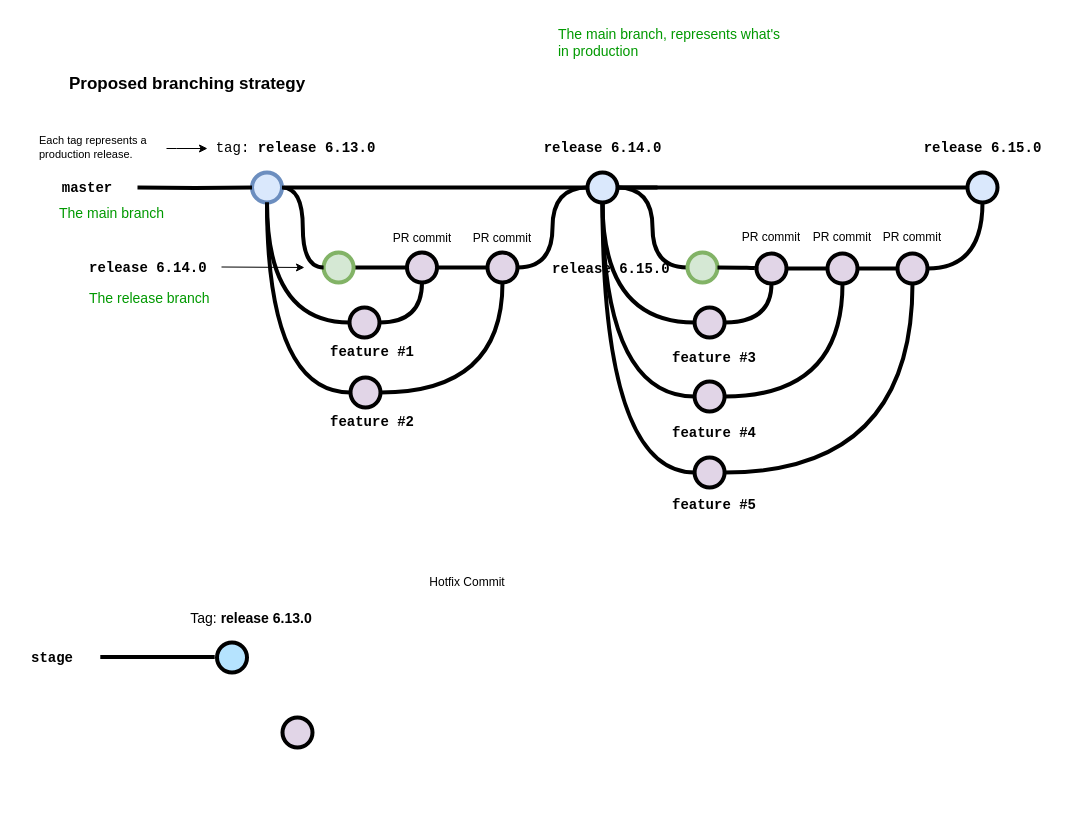
Above: Brancing Diagram.drawio in nashokin/Branching (draw.io), before the change. Source tidied: cells renumbered, new cells numbered last; positions are measured from the earlier drawing's top-left corner, leaving out a move shared by most shapes. Both pictures are drawn from the tidied source at 100%, with x=0, y=0 at pixel (22, 17).
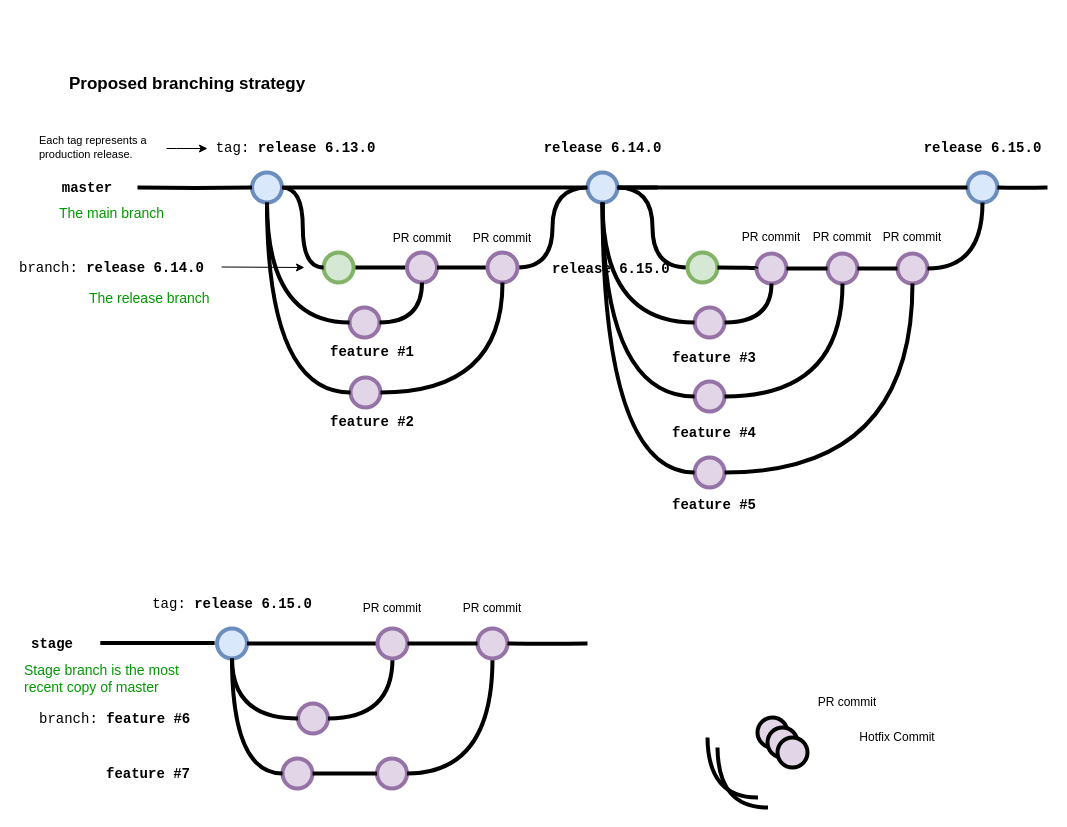
Above is the later version.

Diff of the diagram source:
```diff
@@
-    <mxCell id="7" style="verticalLabelPosition=bottom;verticalAlign=top;html=1;strokeWidth=4;shape=mxgraph.flowchart.on-page_reference;plain-blue;gradientColor=none;strokeColor=#000000;" parent="1" vertex="1">
+    <mxCell id="7" style="verticalLabelPosition=bottom;verticalAlign=top;html=1;strokeWidth=4;shape=mxgraph.flowchart.on-page_reference;strokeColor=#6c8ebf;fillColor=#dae8fc;" parent="1" vertex="1">
       <mxGeometry x="565" y="155" width="30" height="30" as="geometry" />
     </mxCell>
@@
-    <mxCell id="9" style="verticalLabelPosition=bottom;verticalAlign=top;html=1;strokeWidth=4;shape=mxgraph.flowchart.on-page_reference;plain-blue;gradientColor=none;strokeColor=#000000;" parent="1" vertex="1">
+    <mxCell id="9" style="verticalLabelPosition=bottom;verticalAlign=top;html=1;strokeWidth=4;shape=mxgraph.flowchart.on-page_reference;strokeColor=#6c8ebf;fillColor=#dae8fc;" parent="1" vertex="1">
       <mxGeometry x="945" y="155" width="30" height="30" as="geometry" />
     </mxCell>
@@
-    <mxCell id="12" style="verticalLabelPosition=bottom;verticalAlign=top;html=1;strokeWidth=4;shape=mxgraph.flowchart.on-page_reference;plain-purple;gradientColor=none;strokeColor=#000000;" parent="1" vertex="1">
+    <mxCell id="12" style="verticalLabelPosition=bottom;verticalAlign=top;html=1;strokeWidth=4;shape=mxgraph.flowchart.on-page_reference;strokeColor=#9673a6;fillColor=#e1d5e7;" parent="1" vertex="1">
       <mxGeometry x="384.5" y="235" width="30" height="30" as="geometry" />
     </mxCell>
@@
-    <mxCell id="15" style="verticalLabelPosition=bottom;verticalAlign=top;html=1;strokeWidth=4;shape=mxgraph.flowchart.on-page_reference;plain-purple;gradientColor=none;strokeColor=#000000;" parent="1" vertex="1">
+    <mxCell id="15" style="verticalLabelPosition=bottom;verticalAlign=top;html=1;strokeWidth=4;shape=mxgraph.flowchart.on-page_reference;strokeColor=#9673a6;fillColor=#e1d5e7;" parent="1" vertex="1">
       <mxGeometry x="465" y="235" width="30" height="30" as="geometry" />
     </mxCell>
-    <mxCell id="16" value="release 6.14.0" style="text;html=1;strokeColor=none;fillColor=none;align=left;verticalAlign=middle;whiteSpace=wrap;overflow=hidden;fontSize=14;fontStyle=1;fontFamily=Courier New;" parent="1" vertex="1">
-      <mxGeometry x="65" y="240" width="124.5" height="20" as="geometry" />
+    <mxCell id="16" value="&lt;span style=&quot;font-weight: normal;&quot;&gt;branch:&amp;nbsp;&lt;/span&gt;release 6.14.0" style="text;html=1;strokeColor=none;fillColor=none;align=left;verticalAlign=middle;whiteSpace=wrap;overflow=hidden;fontSize=14;fontStyle=1;fontFamily=Courier New;" parent="1" vertex="1">
+      <mxGeometry x="-5" y="240" width="194.5" height="20" as="geometry" />
     </mxCell>
-    <mxCell id="17" value="The main branch, represents what's in production" style="text;html=1;strokeColor=none;fillColor=none;align=left;verticalAlign=middle;whiteSpace=wrap;overflow=hidden;fontSize=14;fontStyle=0;fontColor=#009900;" parent="1" vertex="1">
-      <mxGeometry x="534" width="230" height="50" as="geometry" />
-    </mxCell>
@@
     <mxCell id="21" value="Hotfix Commit" style="text;html=1;strokeColor=none;fillColor=none;align=center;verticalAlign=middle;whiteSpace=wrap;overflow=hidden;" parent="1" vertex="1">
-      <mxGeometry x="405" y="550" width="80" height="30" as="geometry" />
+      <mxGeometry x="835" y="705" width="80" height="30" as="geometry" />
     </mxCell>
@@
-    <mxCell id="24" style="verticalLabelPosition=bottom;verticalAlign=top;html=1;strokeWidth=4;shape=mxgraph.flowchart.on-page_reference;plain-purple;gradientColor=none;strokeColor=#000000;" parent="1" vertex="1">
-      <mxGeometry x="260" y="700" width="30" height="30" as="geometry" />
+    <mxCell id="24" style="verticalLabelPosition=bottom;verticalAlign=top;html=1;strokeWidth=4;shape=mxgraph.flowchart.on-page_reference;strokeColor=#9673a6;fillColor=#e1d5e7;" parent="1" vertex="1">
+      <mxGeometry x="275.5" y="686" width="30" height="30" as="geometry" />
     </mxCell>
@@
     <mxCell id="28" value="stage" style="text;html=1;strokeColor=none;fillColor=none;align=center;verticalAlign=middle;whiteSpace=wrap;overflow=hidden;fontSize=14;fontStyle=1;fontFamily=Courier New;" parent="1" vertex="1">
-      <mxGeometry y="630" width="60" height="20" as="geometry" />
+      <mxGeometry y="616" width="60" height="20" as="geometry" />
     </mxCell>
@@
     <mxCell id="32" style="edgeStyle=orthogonalEdgeStyle;rounded=0;html=1;jettySize=auto;orthogonalLoop=1;strokeWidth=4;endArrow=none;endFill=0;" parent="1" edge="1">
-      <mxGeometry x="167.2" y="649.5" as="geometry">
-        <mxPoint x="77.8" y="639.5" as="sourcePoint" />
-        <mxPoint x="192.2" y="639.5" as="targetPoint" />
+      <mxGeometry x="167.2" y="635.5" as="geometry">
+        <mxPoint x="77.8" y="625.5" as="sourcePoint" />
+        <mxPoint x="192.2" y="625.5" as="targetPoint" />
       </mxGeometry>
     </mxCell>
-    <mxCell id="33" style="verticalLabelPosition=bottom;verticalAlign=top;html=1;strokeWidth=4;shape=mxgraph.flowchart.on-page_reference;plain-blue;gradientColor=none;fillColor=#B5E3Fe;strokeColor=#000000;" parent="1" vertex="1">
-      <mxGeometry x="194.5" y="625" width="30" height="30" as="geometry" />
+    <mxCell id="33" style="verticalLabelPosition=bottom;verticalAlign=top;html=1;strokeWidth=4;shape=mxgraph.flowchart.on-page_reference;fillColor=#dae8fc;strokeColor=#6c8ebf;" parent="1" vertex="1">
+      <mxGeometry x="194.5" y="611" width="30" height="30" as="geometry" />
     </mxCell>
-    <mxCell id="34" value="Tag: &lt;b&gt;release 6.13.0&lt;/b&gt;" style="text;html=1;strokeColor=none;fillColor=none;align=center;verticalAlign=middle;whiteSpace=wrap;overflow=hidden;fontSize=14;" parent="1" vertex="1">
-      <mxGeometry x="163.4" y="590" width="131.6" height="20" as="geometry" />
+    <mxCell id="34" value="tag: &lt;b&gt;release 6.15.0&lt;/b&gt;" style="text;html=1;strokeColor=none;fillColor=none;align=center;verticalAlign=middle;whiteSpace=wrap;overflow=hidden;fontSize=14;fontFamily=Courier New;" parent="1" vertex="1">
+      <mxGeometry x="123.7" y="576" width="171.6" height="20" as="geometry" />
     </mxCell>
-    <mxCell id="35" style="verticalLabelPosition=bottom;verticalAlign=top;html=1;strokeWidth=4;shape=mxgraph.flowchart.on-page_reference;plain-purple;gradientColor=none;strokeColor=#000000;" parent="1" vertex="1">
+    <mxCell id="35" style="verticalLabelPosition=bottom;verticalAlign=top;html=1;strokeWidth=4;shape=mxgraph.flowchart.on-page_reference;strokeColor=#9673a6;fillColor=#e1d5e7;" parent="1" vertex="1">
       <mxGeometry x="327" y="290" width="30" height="30" as="geometry" />
     </mxCell>
@@
-    <mxCell id="37" style="verticalLabelPosition=bottom;verticalAlign=top;html=1;strokeWidth=4;shape=mxgraph.flowchart.on-page_reference;plain-purple;gradientColor=none;strokeColor=#000000;" parent="1" vertex="1">
+    <mxCell id="37" style="verticalLabelPosition=bottom;verticalAlign=top;html=1;strokeWidth=4;shape=mxgraph.flowchart.on-page_reference;strokeColor=#9673a6;fillColor=#e1d5e7;" parent="1" vertex="1">
       <mxGeometry x="328" y="360" width="30" height="30" as="geometry" />
     </mxCell>
@@
-    <mxCell id="43" style="verticalLabelPosition=bottom;verticalAlign=top;html=1;strokeWidth=4;shape=mxgraph.flowchart.on-page_reference;plain-purple;gradientColor=none;strokeColor=#000000;" parent="1" vertex="1">
+    <mxCell id="43" style="verticalLabelPosition=bottom;verticalAlign=top;html=1;strokeWidth=4;shape=mxgraph.flowchart.on-page_reference;strokeColor=#9673a6;fillColor=#e1d5e7;" parent="1" vertex="1">
       <mxGeometry x="672.1" y="290" width="30" height="30" as="geometry" />
     </mxCell>
@@
-    <mxCell id="49" style="verticalLabelPosition=bottom;verticalAlign=top;html=1;strokeWidth=4;shape=mxgraph.flowchart.on-page_reference;plain-purple;gradientColor=none;strokeColor=#000000;" parent="1" vertex="1">
+    <mxCell id="49" style="verticalLabelPosition=bottom;verticalAlign=top;html=1;strokeWidth=4;shape=mxgraph.flowchart.on-page_reference;strokeColor=#9673a6;fillColor=#e1d5e7;" parent="1" vertex="1">
       <mxGeometry x="672.1" y="364" width="30" height="30" as="geometry" />
     </mxCell>
-    <mxCell id="50" style="verticalLabelPosition=bottom;verticalAlign=top;html=1;strokeWidth=4;shape=mxgraph.flowchart.on-page_reference;plain-purple;gradientColor=none;strokeColor=#000000;" parent="1" vertex="1">
+    <mxCell id="50" style="verticalLabelPosition=bottom;verticalAlign=top;html=1;strokeWidth=4;shape=mxgraph.flowchart.on-page_reference;strokeColor=#9673a6;fillColor=#e1d5e7;" parent="1" vertex="1">
       <mxGeometry x="672.1" y="440" width="30" height="30" as="geometry" />
     </mxCell>
@@
-    <mxCell id="55" style="verticalLabelPosition=bottom;verticalAlign=top;html=1;strokeWidth=4;shape=mxgraph.flowchart.on-page_reference;plain-purple;gradientColor=none;strokeColor=#000000;" parent="1" vertex="1">
+    <mxCell id="55" style="verticalLabelPosition=bottom;verticalAlign=top;html=1;strokeWidth=4;shape=mxgraph.flowchart.on-page_reference;strokeColor=#9673a6;fillColor=#e1d5e7;" parent="1" vertex="1">
       <mxGeometry x="875" y="236" width="30" height="30" as="geometry" />
     </mxCell>
-    <mxCell id="56" style="verticalLabelPosition=bottom;verticalAlign=top;html=1;strokeWidth=4;shape=mxgraph.flowchart.on-page_reference;plain-purple;gradientColor=none;strokeColor=#000000;" parent="1" vertex="1">
+    <mxCell id="56" style="verticalLabelPosition=bottom;verticalAlign=top;html=1;strokeWidth=4;shape=mxgraph.flowchart.on-page_reference;strokeColor=#9673a6;fillColor=#e1d5e7;" parent="1" vertex="1">
       <mxGeometry x="805" y="236" width="30" height="30" as="geometry" />
     </mxCell>
-    <mxCell id="57" style="verticalLabelPosition=bottom;verticalAlign=top;html=1;strokeWidth=4;shape=mxgraph.flowchart.on-page_reference;plain-purple;gradientColor=none;strokeColor=#000000;" parent="1" vertex="1">
+    <mxCell id="57" style="verticalLabelPosition=bottom;verticalAlign=top;html=1;strokeWidth=4;shape=mxgraph.flowchart.on-page_reference;strokeColor=#9673a6;fillColor=#e1d5e7;" parent="1" vertex="1">
       <mxGeometry x="734" y="236" width="30" height="30" as="geometry" />
     </mxCell>
@@
+    <mxCell id="69" style="verticalLabelPosition=bottom;verticalAlign=top;html=1;strokeWidth=4;shape=mxgraph.flowchart.on-page_reference;plain-purple;gradientColor=none;strokeColor=#000000;" parent="1" vertex="1">
+      <mxGeometry x="735" y="700" width="30" height="30" as="geometry" />
+    </mxCell>
+    <mxCell id="70" style="verticalLabelPosition=bottom;verticalAlign=top;html=1;strokeWidth=4;shape=mxgraph.flowchart.on-page_reference;strokeColor=#9673a6;fillColor=#e1d5e7;" parent="1" vertex="1">
+      <mxGeometry x="354.5" y="741" width="30" height="30" as="geometry" />
+    </mxCell>
+    <mxCell id="71" style="verticalLabelPosition=bottom;verticalAlign=top;html=1;strokeWidth=4;shape=mxgraph.flowchart.on-page_reference;strokeColor=#9673a6;fillColor=#e1d5e7;" parent="1" vertex="1">
+      <mxGeometry x="260" y="741" width="30" height="30" as="geometry" />
+    </mxCell>
+    <mxCell id="72" value="&lt;span style=&quot;font-weight: normal;&quot;&gt;branch:&amp;nbsp;&lt;/span&gt;feature #6" style="text;html=1;strokeColor=none;fillColor=none;align=left;verticalAlign=middle;whiteSpace=wrap;overflow=hidden;fontSize=14;fontStyle=1;fontFamily=Courier New;" parent="1" vertex="1">
+      <mxGeometry x="15" y="691" width="167.4" height="20" as="geometry" />
+    </mxCell>
+    <mxCell id="73" value="feature #7" style="text;html=1;strokeColor=none;fillColor=none;align=left;verticalAlign=middle;whiteSpace=wrap;overflow=hidden;fontSize=14;fontStyle=1;fontFamily=Courier New;" parent="1" vertex="1">
+      <mxGeometry x="81.6" y="746" width="90" height="20" as="geometry" />
+    </mxCell>
+    <mxCell id="74" style="edgeStyle=orthogonalEdgeStyle;curved=1;rounded=0;html=1;entryX=1;entryY=0.5;entryPerimeter=0;endArrow=none;endFill=0;jettySize=auto;strokeWidth=4;fontSize=15;entryDx=0;entryDy=0;exitX=0;exitY=0.5;exitDx=0;exitDy=0;exitPerimeter=0;" parent="1" edge="1" source="84" target="33">
+      <mxGeometry relative="1" as="geometry" />
+    </mxCell>
+    <mxCell id="75" style="edgeStyle=orthogonalEdgeStyle;curved=1;rounded=0;html=1;endArrow=none;endFill=0;jettySize=auto;strokeWidth=4;fontSize=15;exitX=0;exitY=0.5;exitDx=0;exitDy=0;exitPerimeter=0;entryX=0.5;entryY=1;entryDx=0;entryDy=0;entryPerimeter=0;" parent="1" edge="1" source="24" target="33">
+      <mxGeometry relative="1" as="geometry" />
+    </mxCell>
+    <mxCell id="76" style="edgeStyle=orthogonalEdgeStyle;curved=1;rounded=0;html=1;endArrow=none;endFill=0;jettySize=auto;strokeWidth=4;fontSize=15;exitX=0;exitY=0.5;exitDx=0;exitDy=0;exitPerimeter=0;entryX=0.5;entryY=1;entryDx=0;entryDy=0;entryPerimeter=0;" parent="1" edge="1" source="71" target="33">
+      <mxGeometry relative="1" as="geometry" />
+    </mxCell>
+    <mxCell id="77" style="edgeStyle=orthogonalEdgeStyle;curved=1;rounded=0;html=1;endArrow=none;endFill=0;jettySize=auto;orthogonalLoop=1;strokeWidth=4;fontSize=15;exitX=0;exitY=0.5;exitDx=0;exitDy=0;exitPerimeter=0;entryX=0.5;entryY=1;entryDx=0;entryDy=0;entryPerimeter=0;" parent="1" edge="1">
+      <mxGeometry relative="1" as="geometry">
+        <mxPoint x="735.5" y="780" as="sourcePoint" />
+        <mxPoint x="685" y="720" as="targetPoint" />
+      </mxGeometry>
+    </mxCell>
+    <mxCell id="78" style="edgeStyle=orthogonalEdgeStyle;curved=1;rounded=0;html=1;endArrow=none;endFill=0;jettySize=auto;strokeWidth=4;fontSize=15;exitX=0.5;exitY=1;exitDx=0;exitDy=0;exitPerimeter=0;entryX=1;entryY=0.5;entryDx=0;entryDy=0;entryPerimeter=0;" parent="1" edge="1" source="83" target="70">
+      <mxGeometry relative="1" as="geometry" />
+    </mxCell>
+    <mxCell id="79" style="edgeStyle=orthogonalEdgeStyle;curved=1;rounded=0;html=1;endArrow=none;endFill=0;jettySize=auto;strokeWidth=4;fontSize=15;entryX=1;entryY=0.5;entryDx=0;entryDy=0;entryPerimeter=0;exitX=0;exitY=0.5;exitDx=0;exitDy=0;exitPerimeter=0;" parent="1" edge="1" source="70" target="71">
+      <mxGeometry relative="1" as="geometry" />
+    </mxCell>
+    <mxCell id="80" style="edgeStyle=orthogonalEdgeStyle;curved=1;rounded=0;html=1;endArrow=none;endFill=0;jettySize=auto;strokeWidth=4;fontSize=15;entryX=1;entryY=0.5;entryDx=0;entryDy=0;entryPerimeter=0;exitX=0.5;exitY=1;exitDx=0;exitDy=0;exitPerimeter=0;" parent="1" edge="1" source="84" target="24">
+      <mxGeometry relative="1" as="geometry" />
+    </mxCell>
+    <mxCell id="81" style="verticalLabelPosition=bottom;verticalAlign=top;html=1;strokeWidth=4;shape=mxgraph.flowchart.on-page_reference;plain-purple;gradientColor=none;strokeColor=#000000;" parent="1" vertex="1">
+      <mxGeometry x="745" y="710" width="30" height="30" as="geometry" />
+    </mxCell>
+    <mxCell id="82" style="verticalLabelPosition=bottom;verticalAlign=top;html=1;strokeWidth=4;shape=mxgraph.flowchart.on-page_reference;plain-purple;gradientColor=none;strokeColor=#000000;" parent="1" vertex="1">
+      <mxGeometry x="755" y="720" width="30" height="30" as="geometry" />
+    </mxCell>
+    <mxCell id="83" style="verticalLabelPosition=bottom;verticalAlign=top;html=1;strokeWidth=4;shape=mxgraph.flowchart.on-page_reference;strokeColor=#9673a6;fillColor=#e1d5e7;" parent="1" vertex="1">
+      <mxGeometry x="455" y="611" width="30" height="30" as="geometry" />
+    </mxCell>
+    <mxCell id="84" style="verticalLabelPosition=bottom;verticalAlign=top;html=1;strokeWidth=4;shape=mxgraph.flowchart.on-page_reference;strokeColor=#9673a6;fillColor=#e1d5e7;" parent="1" vertex="1">
+      <mxGeometry x="355" y="611" width="30" height="30" as="geometry" />
+    </mxCell>
+    <mxCell id="85" style="edgeStyle=orthogonalEdgeStyle;curved=1;rounded=0;html=1;endArrow=none;endFill=0;jettySize=auto;orthogonalLoop=1;strokeWidth=4;fontSize=15;exitX=0;exitY=0.5;exitDx=0;exitDy=0;exitPerimeter=0;entryX=0.5;entryY=1;entryDx=0;entryDy=0;entryPerimeter=0;" parent="1" edge="1">
+      <mxGeometry relative="1" as="geometry">
+        <mxPoint x="745.5" y="790" as="sourcePoint" />
+        <mxPoint x="695" y="730" as="targetPoint" />
+      </mxGeometry>
+    </mxCell>
+    <mxCell id="86" style="edgeStyle=orthogonalEdgeStyle;curved=1;rounded=0;html=1;endArrow=none;endFill=0;jettySize=auto;strokeWidth=4;fontSize=15;exitX=0;exitY=0.5;exitDx=0;exitDy=0;exitPerimeter=0;entryX=1;entryY=0.5;entryDx=0;entryDy=0;entryPerimeter=0;" parent="1" edge="1" source="83" target="84">
+      <mxGeometry relative="1" as="geometry" />
+    </mxCell>
+    <mxCell id="87" style="edgeStyle=orthogonalEdgeStyle;curved=1;rounded=0;html=1;endArrow=none;endFill=0;jettySize=auto;strokeWidth=4;fontSize=15;entryX=1;entryY=0.5;entryDx=0;entryDy=0;entryPerimeter=0;" parent="1" edge="1" target="83">
+      <mxGeometry relative="1" as="geometry">
+        <mxPoint x="565" y="626" as="sourcePoint" />
+      </mxGeometry>
+    </mxCell>
+    <mxCell id="88" value="PR commit" style="text;html=1;strokeColor=none;fillColor=none;align=center;verticalAlign=middle;whiteSpace=wrap;overflow=hidden;" parent="1" vertex="1">
+      <mxGeometry x="430" y="576" width="80" height="30" as="geometry" />
+    </mxCell>
+    <mxCell id="89" value="PR commit" style="text;html=1;strokeColor=none;fillColor=none;align=center;verticalAlign=middle;whiteSpace=wrap;overflow=hidden;" parent="1" vertex="1">
+      <mxGeometry x="785" y="670" width="80" height="30" as="geometry" />
+    </mxCell>
+    <mxCell id="90" value="PR commit" style="text;html=1;strokeColor=none;fillColor=none;align=center;verticalAlign=middle;whiteSpace=wrap;overflow=hidden;" parent="1" vertex="1">
+      <mxGeometry x="329.5" y="576" width="80" height="30" as="geometry" />
+    </mxCell>
+    <mxCell id="91" style="edgeStyle=orthogonalEdgeStyle;curved=1;rounded=0;html=1;endArrow=none;endFill=0;jettySize=auto;strokeWidth=4;fontSize=15;entryX=1;entryY=0.5;entryDx=0;entryDy=0;entryPerimeter=0;" parent="1" edge="1" target="9">
+      <mxGeometry relative="1" as="geometry">
+        <mxPoint x="1025" y="170" as="sourcePoint" />
+      </mxGeometry>
+    </mxCell>
+    <mxCell id="92" value="Stage branch is the most recent copy of master" style="text;html=1;strokeColor=none;fillColor=none;align=left;verticalAlign=middle;whiteSpace=wrap;overflow=hidden;fontSize=14;fontStyle=0;fontColor=#009900;" parent="1" vertex="1">
+      <mxGeometry y="641" width="175" height="39" as="geometry" />
+    </mxCell>
```
